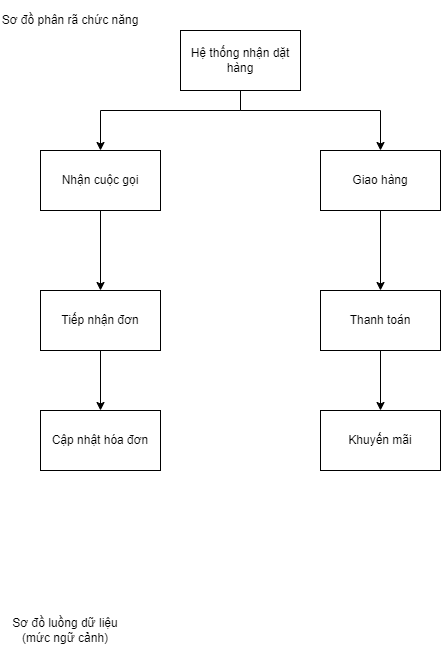
The draw.io diagram DFD3.png in InfiniteByte1811/branch1, before a commit. Source tidied: cells renumbered, new cells last; positions are measured from the earlier drawing's top-left corner, leaving out a move shared by most shapes.
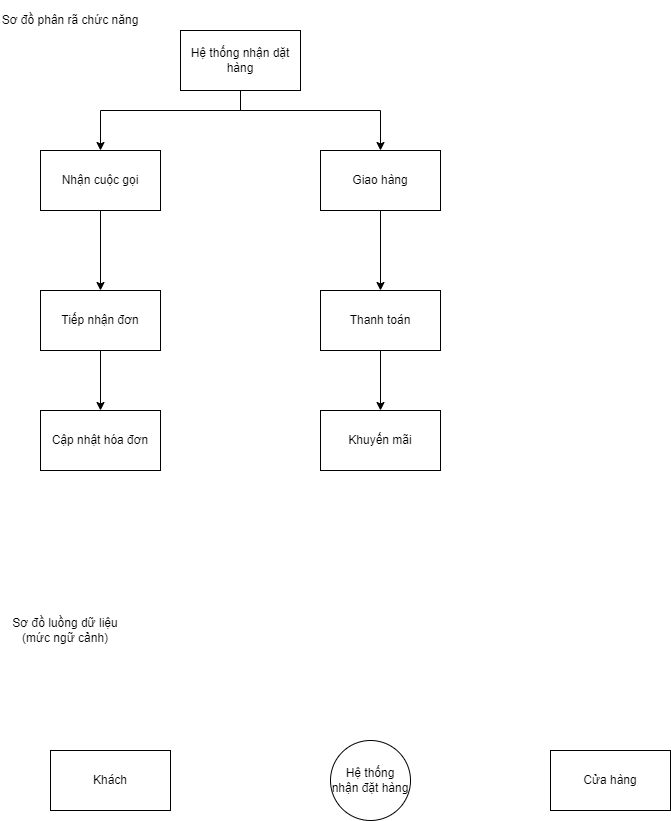
The same diagram one commit later.

Commit message:
Cập nhật DFD3.png

Change to the diagram source:
```diff
@@ -57,5 +57,14 @@
     <mxCell id="16" value="Sơ đồ luồng dữ liệu (mức ngữ cảnh)" style="text;html=1;strokeColor=none;fillColor=none;align=center;verticalAlign=middle;whiteSpace=wrap;rounded=0;" parent="1" vertex="1">
       <mxGeometry y="600" width="130" height="60" as="geometry" />
     </mxCell>
+    <mxCell id="17" value="Cửa hàng" style="rounded=0;whiteSpace=wrap;html=1;" parent="1" vertex="1">
+      <mxGeometry x="550" y="750" width="120" height="60" as="geometry" />
+    </mxCell>
+    <mxCell id="18" value="Khách" style="rounded=0;whiteSpace=wrap;html=1;" parent="1" vertex="1">
+      <mxGeometry x="50" y="750" width="120" height="60" as="geometry" />
+    </mxCell>
+    <mxCell id="19" value="Hệ thống nhận đặt hàng" style="ellipse;whiteSpace=wrap;html=1;" parent="1" vertex="1">
+      <mxGeometry x="330" y="740" width="80" height="80" as="geometry" />
+    </mxCell>
   </root>
 </mxGraphModel>
```
